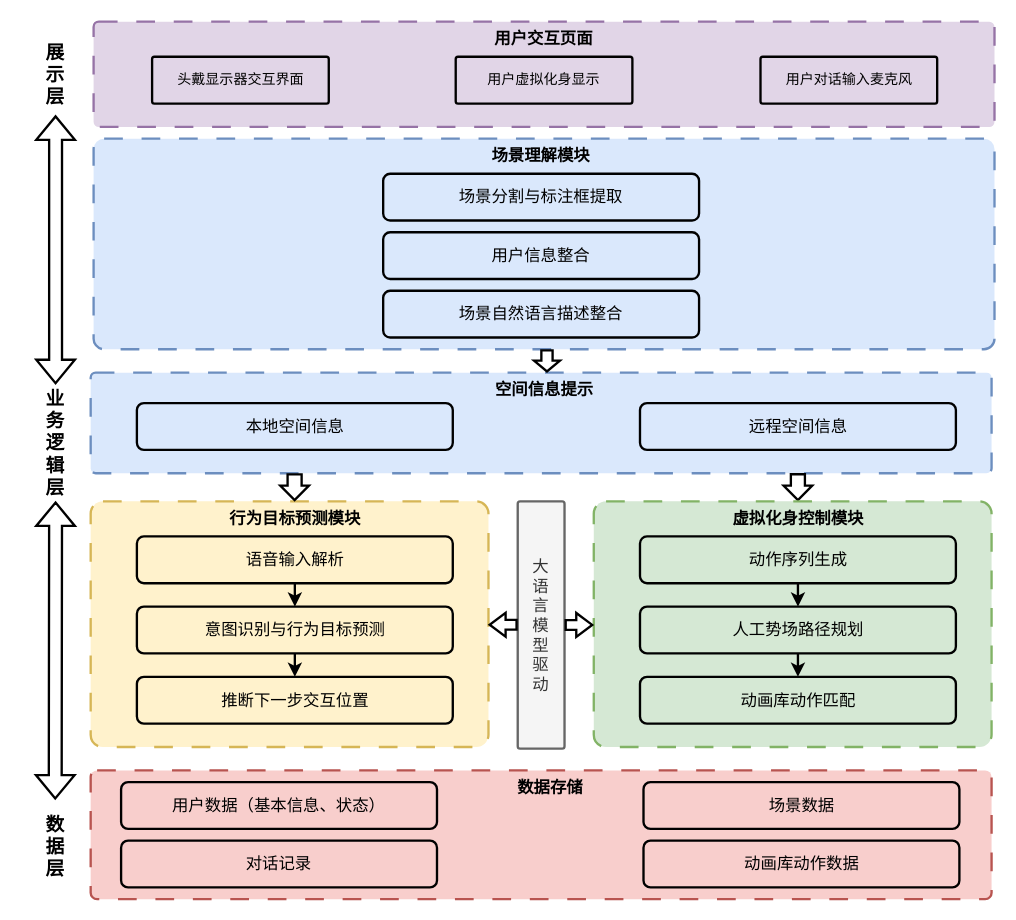
Above: 系统设计图.drawio in Rinco1018/project_test (draw.io), before the change. Source tidied: cells renumbered, new cells numbered last; positions are measured from the earlier drawing's top-left corner, leaving out a move shared by most shapes. Both pictures are drawn from the tidied source at 117%, with x=0, y=0 at pixel (20, 21).
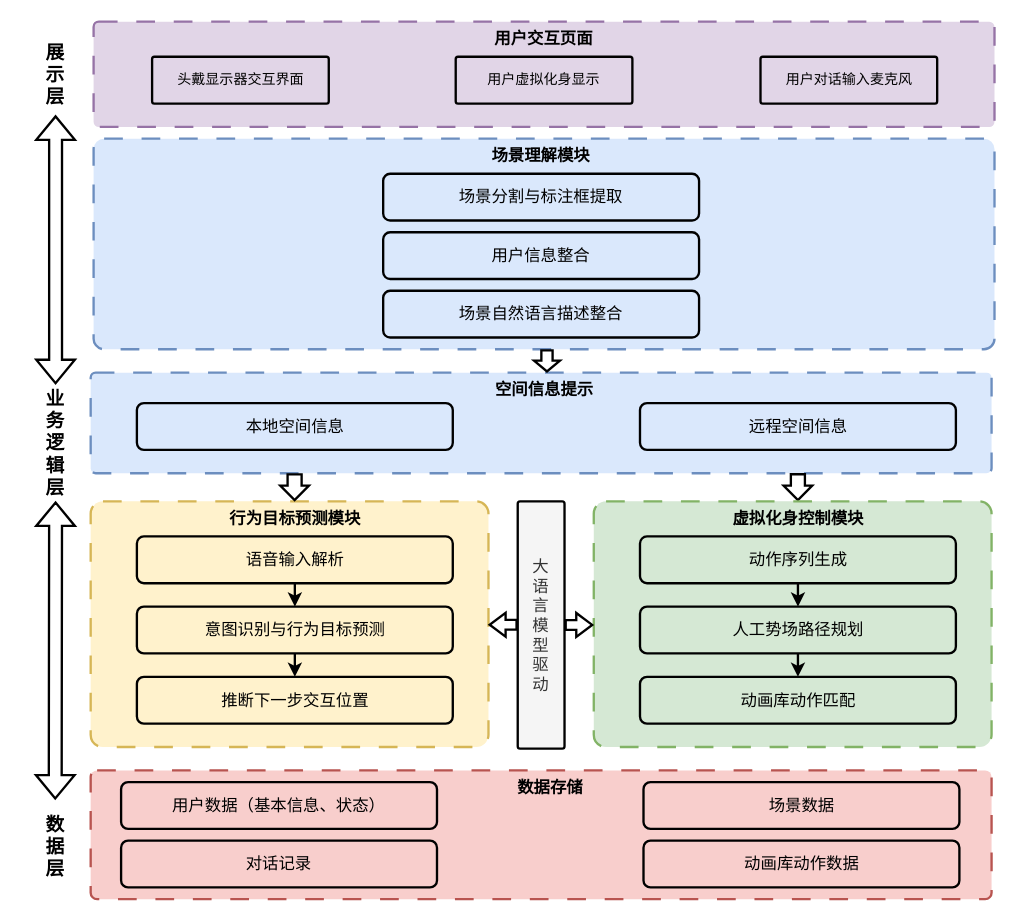
The same diagram, later.

Commit message (it also covers changes not shown here):
更新系统设计图.drawio

Diff of the diagram source:
```diff
@@
-    <mxCell id="4" value="&lt;span style=&quot;font-size: 14px;&quot;&gt;&lt;font face=&quot;黑体&quot;&gt;大&lt;/font&gt;&lt;/span&gt;&lt;div&gt;&lt;span style=&quot;font-size: 14px;&quot;&gt;&lt;font face=&quot;黑体&quot;&gt;语&lt;/font&gt;&lt;/span&gt;&lt;/div&gt;&lt;div&gt;&lt;span style=&quot;font-size: 14px;&quot;&gt;&lt;font face=&quot;黑体&quot;&gt;言&lt;/font&gt;&lt;/span&gt;&lt;/div&gt;&lt;div&gt;&lt;span style=&quot;font-size: 14px;&quot;&gt;&lt;font face=&quot;黑体&quot;&gt;模&lt;/font&gt;&lt;/span&gt;&lt;/div&gt;&lt;div&gt;&lt;span style=&quot;font-size: 14px;&quot;&gt;&lt;font face=&quot;黑体&quot;&gt;型&lt;/font&gt;&lt;/span&gt;&lt;/div&gt;&lt;div&gt;&lt;span style=&quot;font-size: 14px;&quot;&gt;&lt;font face=&quot;黑体&quot;&gt;驱&lt;/font&gt;&lt;/span&gt;&lt;/div&gt;&lt;div&gt;&lt;span style=&quot;font-size: 14px;&quot;&gt;&lt;font face=&quot;黑体&quot;&gt;动&lt;/font&gt;&lt;/span&gt;&lt;/div&gt;" style="rounded=1;arcSize=5;whiteSpace=wrap;html=1;horizontal=1;strokeWidth=2;fillColor=#f5f5f5;fontColor=#333333;strokeColor=#666666;" parent="1" vertex="1">
+    <mxCell id="4" value="&lt;span style=&quot;font-size: 14px;&quot;&gt;&lt;font face=&quot;黑体&quot;&gt;大&lt;/font&gt;&lt;/span&gt;&lt;div&gt;&lt;span style=&quot;font-size: 14px;&quot;&gt;&lt;font face=&quot;黑体&quot;&gt;语&lt;/font&gt;&lt;/span&gt;&lt;/div&gt;&lt;div&gt;&lt;span style=&quot;font-size: 14px;&quot;&gt;&lt;font face=&quot;黑体&quot;&gt;言&lt;/font&gt;&lt;/span&gt;&lt;/div&gt;&lt;div&gt;&lt;span style=&quot;font-size: 14px;&quot;&gt;&lt;font face=&quot;黑体&quot;&gt;模&lt;/font&gt;&lt;/span&gt;&lt;/div&gt;&lt;div&gt;&lt;span style=&quot;font-size: 14px;&quot;&gt;&lt;font face=&quot;黑体&quot;&gt;型&lt;/font&gt;&lt;/span&gt;&lt;/div&gt;&lt;div&gt;&lt;span style=&quot;font-size: 14px;&quot;&gt;&lt;font face=&quot;黑体&quot;&gt;驱&lt;/font&gt;&lt;/span&gt;&lt;/div&gt;&lt;div&gt;&lt;span style=&quot;font-size: 14px;&quot;&gt;&lt;font face=&quot;黑体&quot;&gt;动&lt;/font&gt;&lt;/span&gt;&lt;/div&gt;" style="rounded=1;arcSize=5;whiteSpace=wrap;html=1;horizontal=1;strokeWidth=2;fillColor=#f5f5f5;fontColor=#333333;strokeColor=default;" parent="1" vertex="1">
       <mxGeometry x="425" y="410" width="40" height="211.3" as="geometry" />
     </mxCell>
```
